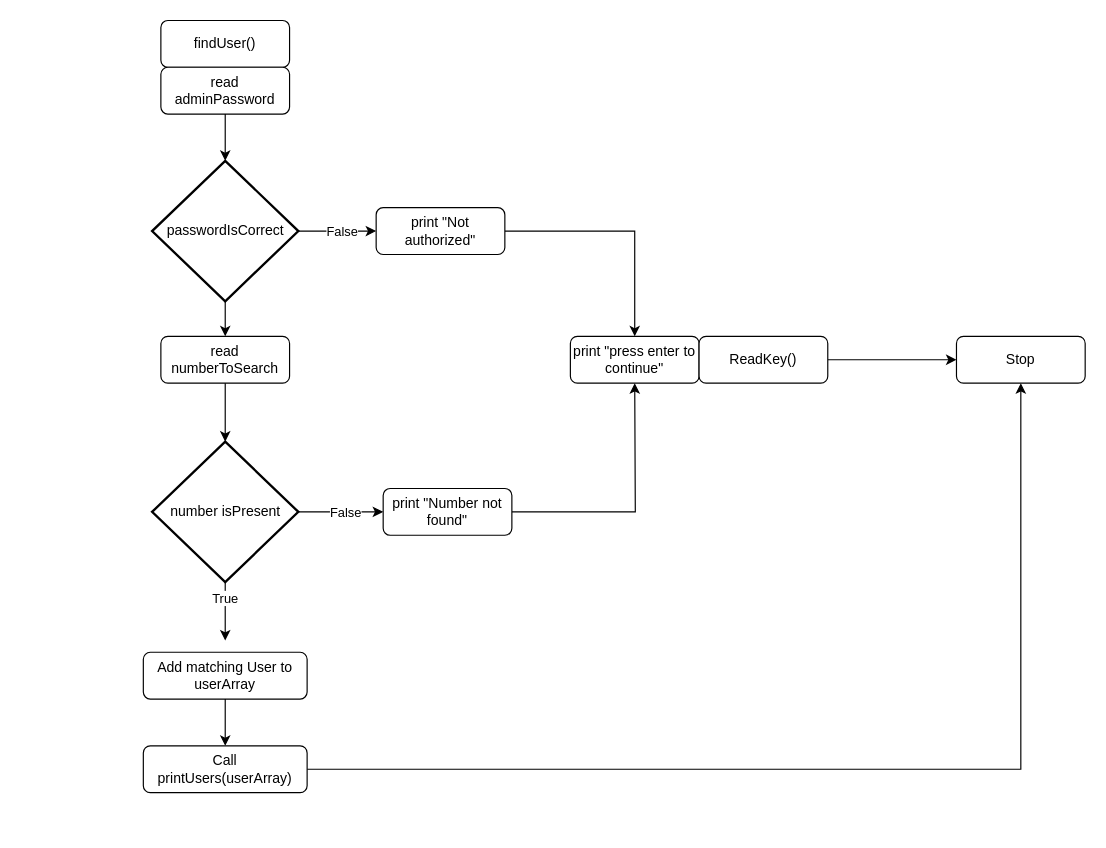
Before: Diagrams/findUser.drawio in stoffer123/GF2_Projekt, a draw.io diagram. Source tidied: cells renumbered, new cells numbered last; positions are measured from the earlier drawing's top-left corner, leaving out a move shared by most shapes. Both pictures are drawn from the tidied source at 117%, with x=0, y=0 at pixel (143, 20).
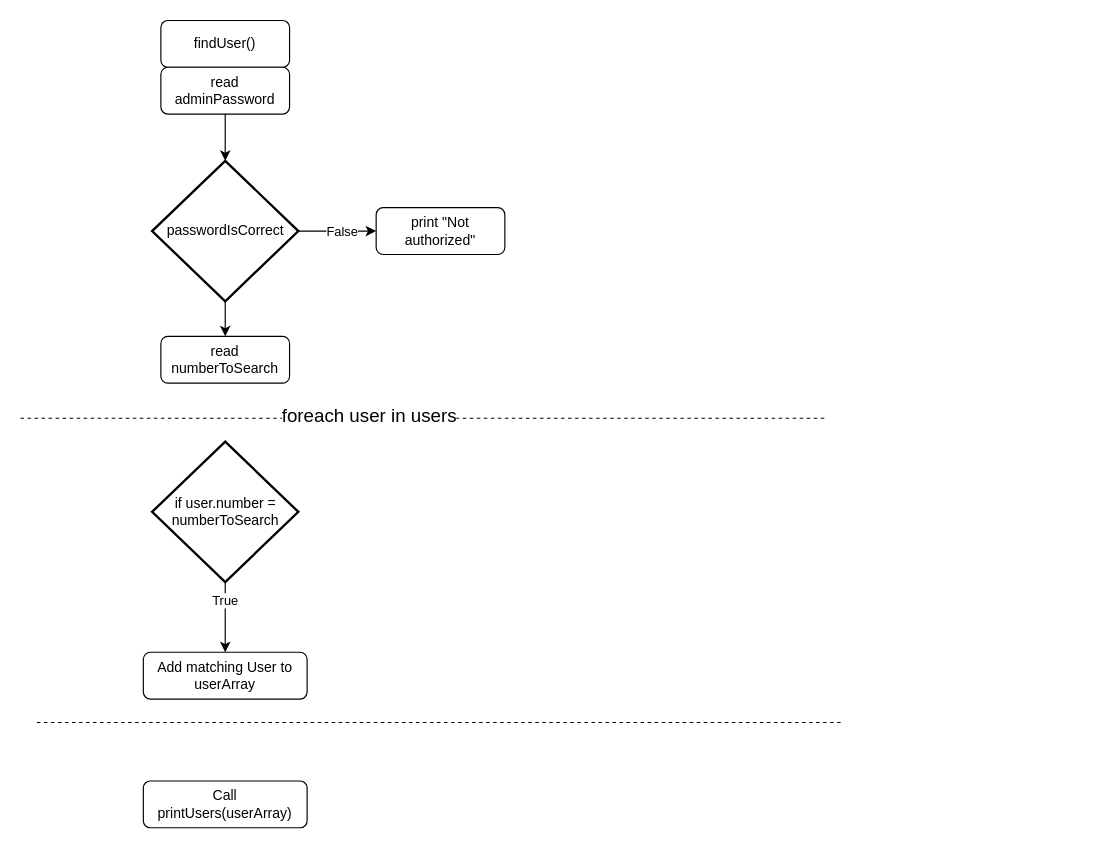
Above is the later version.

The change refers to these unchanged cells:
```xml
<mxCell id="10" value="print &quot;Not authorized&quot;" style="rounded=1;whiteSpace=wrap;html=1;" parent="1" vertex="1">
  <mxGeometry x="199" y="160" width="110" height="40" as="geometry" />
</mxCell>
<mxCell id="13" value="read numberToSearch" style="rounded=1;whiteSpace=wrap;html=1;" parent="1" vertex="1">
  <mxGeometry x="15" y="270" width="110" height="40" as="geometry" />
</mxCell>
<mxCell id="25" value="Add matching User to userArray" style="rounded=1;whiteSpace=wrap;html=1;" parent="1" vertex="1">
  <mxGeometry y="540" width="140" height="40" as="geometry" />
</mxCell>
```

Change to the diagram source:
```diff
@@
-    <mxCell id="9" style="edgeStyle=orthogonalEdgeStyle;rounded=0;jettySize=auto;html=1;" parent="1" edge="1" source="10" target="12">
-      <mxGeometry relative="1" as="geometry" />
-    </mxCell>
@@
-    <mxCell id="11" style="edgeStyle=orthogonalEdgeStyle;rounded=0;jettySize=auto;html=1;" parent="1" edge="1" source="23" target="22">
-      <mxGeometry relative="1" as="geometry" />
-    </mxCell>
-    <mxCell id="12" value="print &quot;press enter to continue&quot;" style="rounded=1;whiteSpace=wrap;html=1;" parent="1" vertex="1">
-      <mxGeometry x="365" y="270" width="110" height="40" as="geometry" />
-    </mxCell>
@@
-    <mxCell id="14" style="edgeStyle=orthogonalEdgeStyle;rounded=0;jettySize=auto;html=1;" parent="1" edge="1" source="16" target="19">
-      <mxGeometry relative="1" as="geometry" />
-    </mxCell>
-    <mxCell id="15" value="False" style="edgeLabel;html=1;align=center;verticalAlign=middle;" parent="14" vertex="1">
-      <mxGeometry x="0.1" relative="1" as="geometry" />
-    </mxCell>
-    <mxCell id="16" value="number isPresent" style="strokeWidth=2;html=1;shape=mxgraph.flowchart.decision;whiteSpace=wrap;" parent="1" vertex="1">
+    <mxCell id="16" value="if user.number = numberToSearch" style="strokeWidth=2;html=1;shape=mxgraph.flowchart.decision;whiteSpace=wrap;" parent="1" vertex="1">
       <mxGeometry x="7.5" y="360" width="125" height="120" as="geometry" />
     </mxCell>
-    <mxCell id="17" style="edgeStyle=orthogonalEdgeStyle;rounded=0;jettySize=auto;html=1;entryX=0.5;entryY=0;entryDx=0;entryDy=0;entryPerimeter=0;" parent="1" edge="1" source="13" target="16">
-      <mxGeometry relative="1" as="geometry" />
-    </mxCell>
-    <mxCell id="18" style="edgeStyle=orthogonalEdgeStyle;rounded=0;jettySize=auto;html=1;" parent="1" edge="1" source="19">
-      <mxGeometry relative="1" as="geometry">
-        <mxPoint x="420" y="310" as="targetPoint" />
-      </mxGeometry>
-    </mxCell>
-    <mxCell id="19" value="print &quot;Number not found&quot;" style="rounded=1;whiteSpace=wrap;html=1;" parent="1" vertex="1">
-      <mxGeometry x="205" y="400" width="110" height="40" as="geometry" />
-    </mxCell>
-    <mxCell id="20" style="edgeStyle=orthogonalEdgeStyle;rounded=0;jettySize=auto;html=1;entryX=0.5;entryY=0;entryDx=0;entryDy=0;entryPerimeter=0;" parent="1" edge="1" source="16">
-      <mxGeometry relative="1" as="geometry">
-        <mxPoint x="70" y="530" as="targetPoint" />
-      </mxGeometry>
+    <mxCell id="20" style="edgeStyle=orthogonalEdgeStyle;rounded=0;jettySize=auto;html=1;entryX=0.5;entryY=0;entryDx=0;entryDy=0;" parent="1" edge="1" source="16" target="25">
+      <mxGeometry relative="1" as="geometry" />
     </mxCell>
@@
-    <mxCell id="22" value="Stop" style="rounded=1;whiteSpace=wrap;html=1;" parent="1" vertex="1">
-      <mxGeometry x="695" y="270" width="110" height="40" as="geometry" />
-    </mxCell>
-    <mxCell id="23" value="ReadKey()" style="rounded=1;whiteSpace=wrap;html=1;" parent="1" vertex="1">
-      <mxGeometry x="475" y="270" width="110" height="40" as="geometry" />
-    </mxCell>
-    <mxCell id="24" style="edgeStyle=orthogonalEdgeStyle;rounded=0;jettySize=auto;html=1;entryX=0.5;entryY=0;entryDx=0;entryDy=0;" parent="1" edge="1" source="25" target="27">
-      <mxGeometry relative="1" as="geometry" />
-    </mxCell>
@@
-    <mxCell id="26" style="edgeStyle=orthogonalEdgeStyle;rounded=0;jettySize=auto;html=1;entryX=0.5;entryY=1;entryDx=0;entryDy=0;" parent="1" edge="1" source="27" target="22">
-      <mxGeometry relative="1" as="geometry" />
-    </mxCell>
     <mxCell id="27" value="Call printUsers(userArray)" style="rounded=1;whiteSpace=wrap;html=1;" parent="1" vertex="1">
-      <mxGeometry y="620" width="140" height="40" as="geometry" />
+      <mxGeometry y="650" width="140" height="40" as="geometry" />
     </mxCell>
+    <mxCell id="28" style="endArrow=none;dashed=1;html=1;rounded=0;" parent="1" edge="1">
+      <mxGeometry relative="1" as="geometry">
+        <mxPoint x="-105" y="340" as="sourcePoint" />
+        <mxPoint x="585" y="340" as="targetPoint" />
+      </mxGeometry>
+    </mxCell>
+    <mxCell id="29" value="&lt;font style=&quot;font-size: 16px;&quot;&gt;foreach user in users&lt;/font&gt;" style="edgeLabel;html=1;align=center;verticalAlign=middle;" parent="28" vertex="1">
+      <mxGeometry x="-0.14" y="3" relative="1" as="geometry" />
+    </mxCell>
+    <mxCell id="30" style="endArrow=none;dashed=1;html=1;rounded=0;" parent="1" edge="1">
+      <mxGeometry relative="1" as="geometry">
+        <mxPoint x="-91" y="600" as="sourcePoint" />
+        <mxPoint x="599" y="600" as="targetPoint" />
+      </mxGeometry>
+    </mxCell>
```
